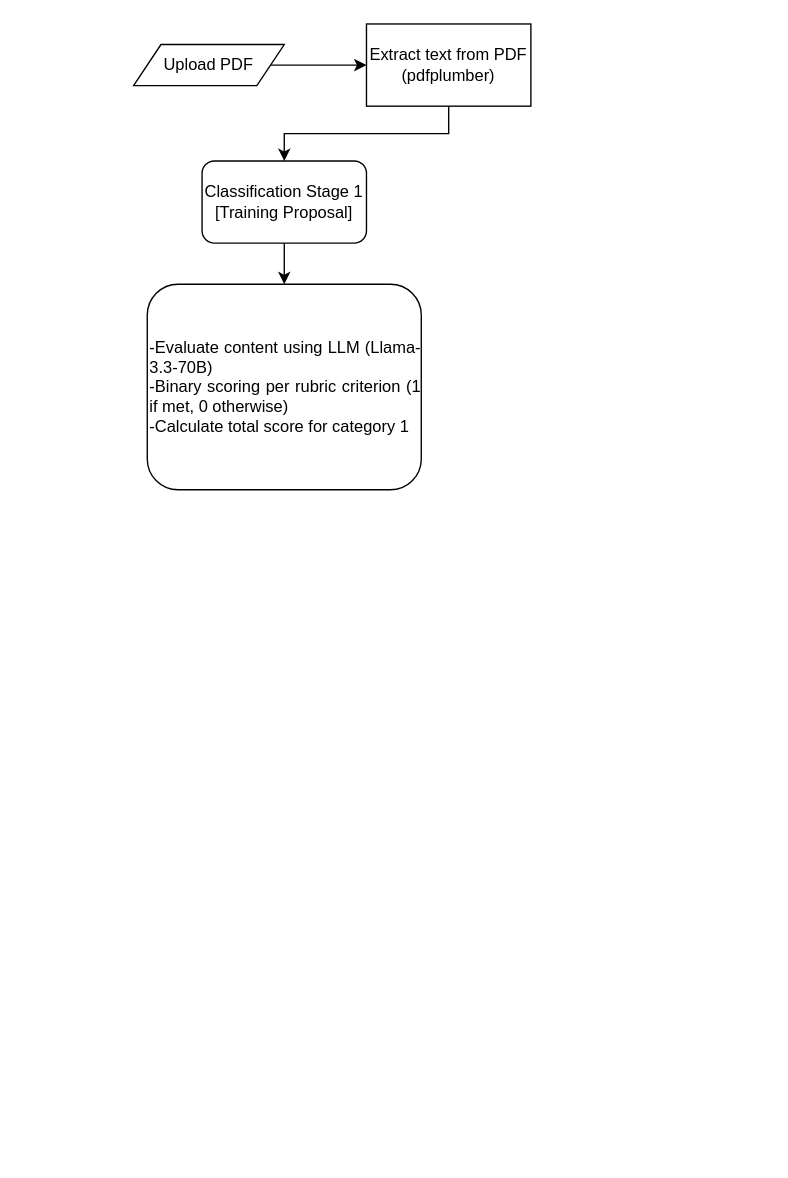
The draw.io diagram Untitled Diagram.drawio in sakshikarande26/breakfreeAI, before the edit. Source tidied: cells renumbered, new cells numbered last; positions are measured from the earlier drawing's top-left corner, leaving out a move shared by most shapes. Both pictures are drawn from the tidied source at 137%, with x=0, y=0 at pixel (133, 23).
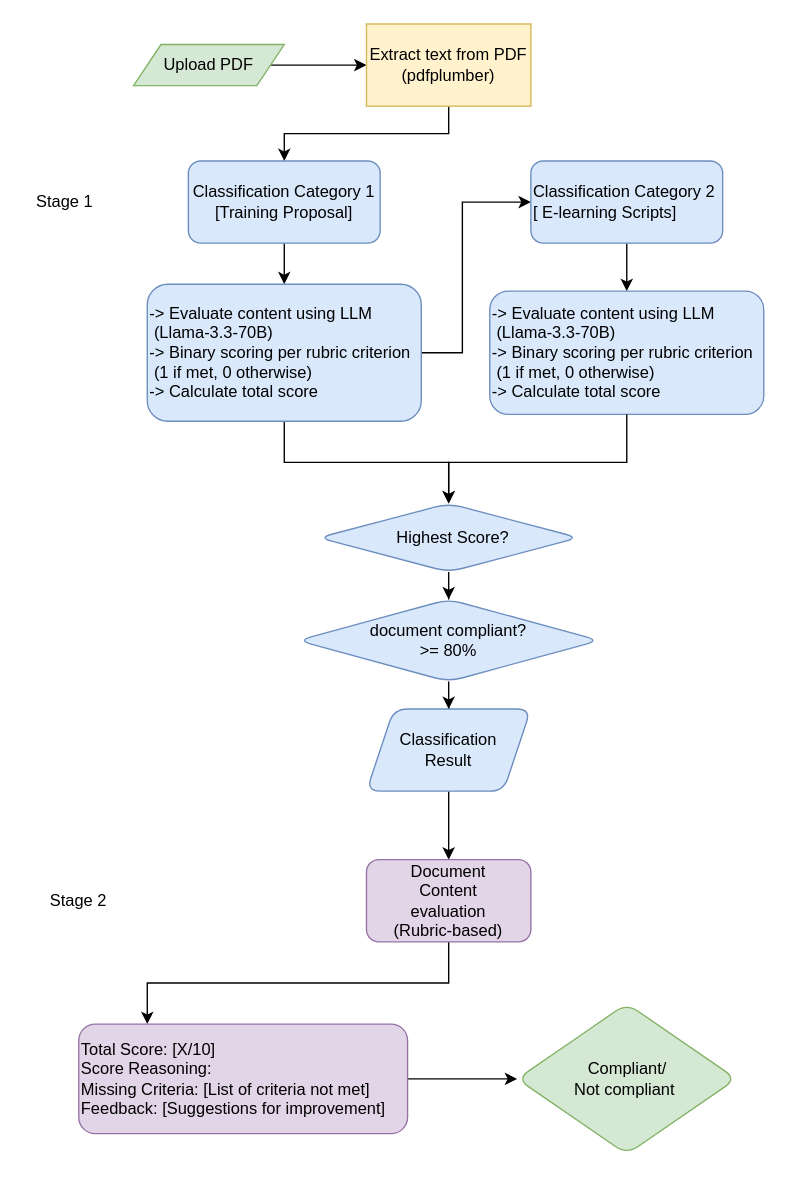
The same diagram, later.

Change to the diagram source:
```diff
@@
-    <mxCell id="3" value="Upload PDF" style="shape=parallelogram;perimeter=parallelogramPerimeter;whiteSpace=wrap;html=1;fixedSize=1;" parent="1" vertex="1">
+    <mxCell id="3" value="Upload PDF" style="shape=parallelogram;perimeter=parallelogramPerimeter;whiteSpace=wrap;html=1;fixedSize=1;fillColor=#d5e8d4;strokeColor=#82b366;" parent="1" vertex="1">
       <mxGeometry y="15" width="110" height="30" as="geometry" />
     </mxCell>
@@
-    <mxCell id="5" value="Extract text from PDF&lt;div&gt;(pdfplumber)&lt;/div&gt;" style="whiteSpace=wrap;html=1;" parent="1" vertex="1">
+    <mxCell id="5" value="Extract text from PDF&lt;div&gt;(pdfplumber)&lt;/div&gt;" style="whiteSpace=wrap;html=1;fillColor=#fff2cc;strokeColor=#d6b656;" parent="1" vertex="1">
       <mxGeometry x="170" width="120" height="60" as="geometry" />
     </mxCell>
@@
-    <mxCell id="7" value="Classification Stage 1&lt;div&gt;[Training Proposal]&lt;/div&gt;" style="rounded=1;whiteSpace=wrap;html=1;" parent="1" vertex="1">
-      <mxGeometry x="50" y="100" width="120" height="60" as="geometry" />
+    <mxCell id="7" value="Classification Category 1&lt;div&gt;[Training Proposal]&lt;/div&gt;" style="rounded=1;whiteSpace=wrap;html=1;fillColor=#dae8fc;strokeColor=#6c8ebf;" parent="1" vertex="1">
+      <mxGeometry x="40" y="100" width="140" height="60" as="geometry" />
     </mxCell>
+    <mxCell id="9" style="edgeStyle=orthogonalEdgeStyle;rounded=0;jettySize=auto;html=1;" parent="1" edge="1" source="8" target="12">
+      <mxGeometry relative="1" as="geometry">
+        <Array as="points">
+          <mxPoint x="240" y="240" />
+          <mxPoint x="240" y="130" />
+        </Array>
+      </mxGeometry>
+    </mxCell>
+    <mxCell id="10" style="edgeStyle=orthogonalEdgeStyle;rounded=0;jettySize=auto;html=1;" parent="1" edge="1" source="8" target="15">
+      <mxGeometry relative="1" as="geometry" />
+    </mxCell>
-    <mxCell id="8" value="&lt;div style=&quot;text-align: justify;&quot;&gt;-Evaluate content using LLM (Llama-3.3-70B)&amp;nbsp;&lt;/div&gt;&lt;div style=&quot;text-align: justify;&quot;&gt;-Binary scoring per rubric criterion (1 if met, 0 otherwise)&amp;nbsp;&lt;/div&gt;&lt;div style=&quot;text-align: justify;&quot;&gt;-Calculate total score for category 1&lt;/div&gt;" style="whiteSpace=wrap;html=1;rounded=1;align=left;" parent="1" vertex="1">
-      <mxGeometry x="10" y="190" width="200" height="150" as="geometry" />
+    <mxCell id="8" value="&lt;div style=&quot;text-align: justify;&quot;&gt;-&amp;gt; Evaluate content using LLM&amp;nbsp;&lt;/div&gt;&lt;div style=&quot;text-align: justify;&quot;&gt;&amp;nbsp;(Llama-3.3-70B)&amp;nbsp;&lt;/div&gt;&lt;div style=&quot;text-align: justify;&quot;&gt;-&amp;gt; Binary scoring per rubric criterion&amp;nbsp;&lt;/div&gt;&lt;div style=&quot;text-align: justify;&quot;&gt;&amp;nbsp;(1 if met, 0 otherwise)&amp;nbsp;&lt;/div&gt;&lt;div style=&quot;text-align: justify;&quot;&gt;-&amp;gt; Calculate total score&amp;nbsp;&lt;/div&gt;" style="whiteSpace=wrap;html=1;rounded=1;align=left;fillColor=#dae8fc;strokeColor=#6c8ebf;" parent="1" vertex="1">
+      <mxGeometry x="10" y="190" width="200" height="100" as="geometry" />
     </mxCell>
+    <mxCell id="11" style="edgeStyle=orthogonalEdgeStyle;rounded=0;jettySize=auto;html=1;" parent="1" edge="1" source="12" target="13">
+      <mxGeometry relative="1" as="geometry" />
+    </mxCell>
+    <mxCell id="12" value="Classification Category 2&lt;div&gt;[ E-learning Scripts]&lt;/div&gt;" style="whiteSpace=wrap;html=1;align=left;rounded=1;fillColor=#dae8fc;strokeColor=#6c8ebf;" parent="1" vertex="1">
+      <mxGeometry x="290" y="100" width="140" height="60" as="geometry" />
+    </mxCell>
+    <mxCell id="13" value="&lt;div style=&quot;caret-color: rgb(0, 0, 0); color: rgb(0, 0, 0); font-family: Helvetica; font-size: 12px; font-style: normal; font-variant-caps: normal; font-weight: 400; letter-spacing: normal; orphans: auto; text-indent: 0px; text-transform: none; white-space: normal; widows: auto; word-spacing: 0px; -webkit-text-stroke-width: 0px; text-decoration: none; text-align: justify;&quot;&gt;-&amp;gt; Evaluate content using LLM&amp;nbsp;&lt;/div&gt;&lt;div style=&quot;caret-color: rgb(0, 0, 0); color: rgb(0, 0, 0); font-family: Helvetica; font-size: 12px; font-style: normal; font-variant-caps: normal; font-weight: 400; letter-spacing: normal; orphans: auto; text-indent: 0px; text-transform: none; white-space: normal; widows: auto; word-spacing: 0px; -webkit-text-stroke-width: 0px; text-decoration: none; text-align: justify;&quot;&gt;&amp;nbsp;(Llama-3.3-70B)&amp;nbsp;&lt;/div&gt;&lt;div style=&quot;caret-color: rgb(0, 0, 0); color: rgb(0, 0, 0); font-family: Helvetica; font-size: 12px; font-style: normal; font-variant-caps: normal; font-weight: 400; letter-spacing: normal; orphans: auto; text-indent: 0px; text-transform: none; white-space: normal; widows: auto; word-spacing: 0px; -webkit-text-stroke-width: 0px; text-decoration: none; text-align: justify;&quot;&gt;-&amp;gt; Binary scoring per rubric criterion&amp;nbsp;&lt;/div&gt;&lt;div style=&quot;caret-color: rgb(0, 0, 0); color: rgb(0, 0, 0); font-family: Helvetica; font-size: 12px; font-style: normal; font-variant-caps: normal; font-weight: 400; letter-spacing: normal; orphans: auto; text-indent: 0px; text-transform: none; white-space: normal; widows: auto; word-spacing: 0px; -webkit-text-stroke-width: 0px; text-decoration: none; text-align: justify;&quot;&gt;&amp;nbsp;(1 if met, 0 otherwise)&amp;nbsp;&lt;/div&gt;&lt;div style=&quot;caret-color: rgb(0, 0, 0); color: rgb(0, 0, 0); font-family: Helvetica; font-size: 12px; font-style: normal; font-variant-caps: normal; font-weight: 400; letter-spacing: normal; orphans: auto; text-indent: 0px; text-transform: none; white-space: normal; widows: auto; word-spacing: 0px; -webkit-text-stroke-width: 0px; text-decoration: none; text-align: justify;&quot;&gt;-&amp;gt; Calculate total score&amp;nbsp;&lt;/div&gt;" style="whiteSpace=wrap;html=1;align=left;rounded=1;fillColor=#dae8fc;strokeColor=#6c8ebf;" parent="1" vertex="1">
+      <mxGeometry x="260" y="195" width="200" height="90" as="geometry" />
+    </mxCell>
+    <mxCell id="14" style="edgeStyle=orthogonalEdgeStyle;rounded=0;jettySize=auto;html=1;" parent="1" edge="1" source="15" target="18">
+      <mxGeometry relative="1" as="geometry" />
+    </mxCell>
+    <mxCell id="15" value="&amp;nbsp; Highest Score?" style="rhombus;whiteSpace=wrap;html=1;align=center;rounded=1;fillColor=#dae8fc;strokeColor=#6c8ebf;" parent="1" vertex="1">
+      <mxGeometry x="135" y="350" width="190" height="50" as="geometry" />
+    </mxCell>
+    <mxCell id="16" style="endArrow=classic;html=1;rounded=0;entryX=0.5;entryY=0;entryDx=0;entryDy=0;" parent="1" edge="1" target="15">
+      <mxGeometry relative="1" as="geometry">
+        <mxPoint x="360" y="285" as="sourcePoint" />
+        <Array as="points">
+          <mxPoint x="360" y="320" />
+          <mxPoint x="230" y="320" />
+        </Array>
+      </mxGeometry>
+    </mxCell>
+    <mxCell id="17" style="edgeStyle=orthogonalEdgeStyle;rounded=0;jettySize=auto;html=1;" parent="1" edge="1" source="18" target="20">
+      <mxGeometry relative="1" as="geometry" />
+    </mxCell>
+    <mxCell id="18" value="document compliant?&lt;div&gt;&amp;gt;= 80%&lt;/div&gt;" style="rhombus;whiteSpace=wrap;html=1;align=center;rounded=1;fillColor=#dae8fc;strokeColor=#6c8ebf;" parent="1" vertex="1">
+      <mxGeometry x="120" y="420" width="220" height="60" as="geometry" />
+    </mxCell>
+    <mxCell id="19" style="edgeStyle=orthogonalEdgeStyle;rounded=0;jettySize=auto;html=1;" parent="1" edge="1" source="20" target="23">
+      <mxGeometry relative="1" as="geometry" />
+    </mxCell>
+    <mxCell id="20" value="Classification&lt;div&gt;Result&lt;/div&gt;" style="shape=parallelogram;perimeter=parallelogramPerimeter;whiteSpace=wrap;html=1;fixedSize=1;rounded=1;fillColor=#dae8fc;strokeColor=#6c8ebf;" parent="1" vertex="1">
+      <mxGeometry x="170" y="500" width="120" height="60" as="geometry" />
+    </mxCell>
+    <mxCell id="21" value="Stage 1" style="text;html=1;align=center;verticalAlign=middle;whiteSpace=wrap;rounded=0;" parent="1" vertex="1">
+      <mxGeometry x="-80" y="115" width="60" height="30" as="geometry" />
+    </mxCell>
+    <mxCell id="22" style="edgeStyle=orthogonalEdgeStyle;rounded=0;jettySize=auto;html=1;exitX=0.5;exitY=1;exitDx=0;exitDy=0;" parent="1" edge="1" source="23">
+      <mxGeometry relative="1" as="geometry">
+        <mxPoint x="10" y="730" as="targetPoint" />
+        <Array as="points">
+          <mxPoint x="230" y="700" />
+          <mxPoint x="10" y="700" />
+        </Array>
+      </mxGeometry>
+    </mxCell>
+    <mxCell id="23" value="Document&lt;div&gt;Content&lt;/div&gt;&lt;div&gt;evaluation&lt;/div&gt;&lt;div&gt;(Rubric-based)&lt;/div&gt;" style="whiteSpace=wrap;html=1;rounded=1;fillColor=#e1d5e7;strokeColor=#9673a6;" parent="1" vertex="1">
+      <mxGeometry x="170" y="610" width="120" height="60" as="geometry" />
+    </mxCell>
+    <mxCell id="24" value="Stage 2" style="text;html=1;align=center;verticalAlign=middle;whiteSpace=wrap;rounded=0;" parent="1" vertex="1">
+      <mxGeometry x="-70" y="625" width="60" height="30" as="geometry" />
+    </mxCell>
+    <mxCell id="25" style="edgeStyle=orthogonalEdgeStyle;rounded=0;jettySize=auto;html=1;" parent="1" edge="1" source="26" target="27">
+      <mxGeometry relative="1" as="geometry" />
+    </mxCell>
+    <mxCell id="26" value="&lt;div&gt;Total Score: [X/10] &amp;nbsp;&amp;nbsp;&lt;/div&gt;&lt;div&gt;Score Reasoning:&lt;/div&gt;&lt;div&gt;&lt;div&gt;Missing Criteria: [List of criteria not met] &amp;nbsp;&amp;nbsp;&lt;br&gt;&lt;/div&gt;&lt;div&gt;Feedback: [Suggestions for improvement]&lt;/div&gt;&lt;/div&gt;" style="whiteSpace=wrap;html=1;rounded=1;align=left;fillColor=#e1d5e7;strokeColor=#9673a6;" parent="1" vertex="1">
+      <mxGeometry x="-40" y="730" width="240" height="80" as="geometry" />
+    </mxCell>
+    <mxCell id="27" value="&amp;nbsp; &amp;nbsp; &amp;nbsp; &amp;nbsp; &amp;nbsp; &amp;nbsp; &amp;nbsp; &amp;nbsp;Compliant/&lt;div&gt;&amp;nbsp; &amp;nbsp; &amp;nbsp; &amp;nbsp; &amp;nbsp; &amp;nbsp; Not compliant&lt;/div&gt;" style="rhombus;whiteSpace=wrap;html=1;align=left;rounded=1;fillColor=#d5e8d4;strokeColor=#82b366;" parent="1" vertex="1">
+      <mxGeometry x="280" y="715" width="160" height="110" as="geometry" />
+    </mxCell>
```
